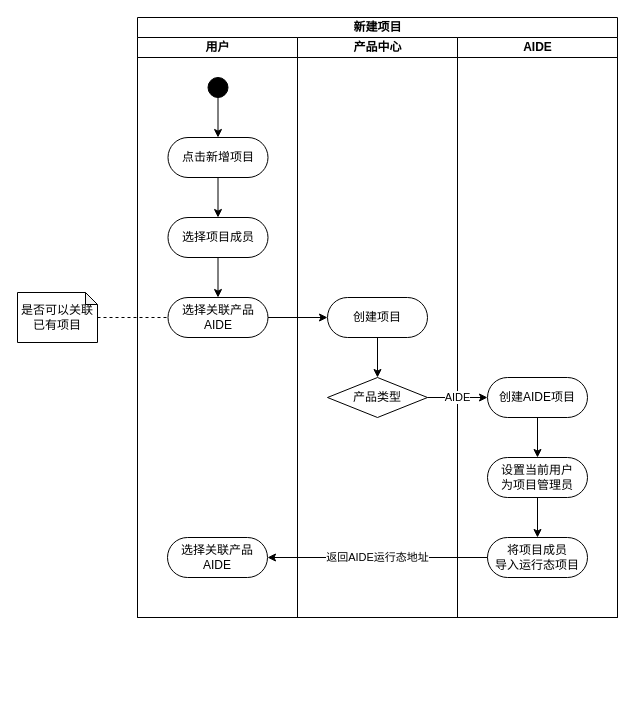
Earlier version of the draw.io diagram page "新建项目活动图" (3 of 3) of others/产品中心.drawio (Qunz/drawio). Source tidied: cells renumbered, new cells numbered last; positions are measured from the earlier drawing's top-left corner, leaving out a move shared by most shapes. Both pictures are drawn from the tidied source at 100%, with x=0, y=0 at pixel (17, 17).
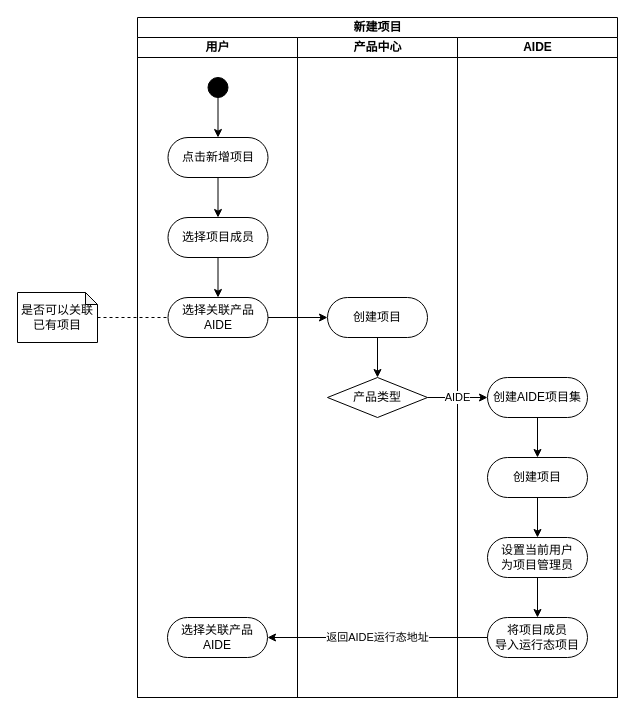
Above is the later version.

What changed in the source:
```diff
@@
     <mxCell id="2" value="新建项目" style="swimlane;startSize=20;html=1;" parent="1" vertex="1">
-      <mxGeometry x="120" width="480" height="600" as="geometry" />
+      <mxGeometry x="120" width="480" height="680" as="geometry" />
     </mxCell>
     <mxCell id="3" value="用户" style="swimlane;startSize=20;html=1;" parent="2" vertex="1">
-      <mxGeometry y="20" width="160" height="580" as="geometry" />
+      <mxGeometry y="20" width="160" height="660" as="geometry" />
     </mxCell>
@@
-    <mxCell id="11" value="选择关联产品&lt;div&gt;AIDE&lt;/div&gt;" style="rounded=1;whiteSpace=wrap;html=1;arcSize=50;" parent="3" vertex="1">
-      <mxGeometry x="30" y="500" width="100" height="40" as="geometry" />
-    </mxCell>
     <mxCell id="12" value="产品中心" style="swimlane;startSize=20;html=1;" parent="2" vertex="1">
-      <mxGeometry x="160" y="20" width="160" height="580" as="geometry" />
+      <mxGeometry x="160" y="20" width="160" height="660" as="geometry" />
     </mxCell>
@@
     <mxCell id="16" value="AIDE" style="swimlane;startSize=20;html=1;" parent="2" vertex="1">
-      <mxGeometry x="320" y="20" width="160" height="580" as="geometry" />
+      <mxGeometry x="320" y="20" width="160" height="660" as="geometry" />
     </mxCell>
-    <mxCell id="17" style="edgeStyle=orthogonalEdgeStyle;rounded=0;jettySize=auto;html=1;" parent="16" edge="1" source="18" target="19">
+    <mxCell id="17" style="edgeStyle=orthogonalEdgeStyle;rounded=0;jettySize=auto;html=1;" parent="16" edge="1" source="18" target="28">
       <mxGeometry relative="1" as="geometry" />
     </mxCell>
-    <mxCell id="18" value="创建AIDE项目" style="rounded=1;whiteSpace=wrap;html=1;arcSize=50;" parent="16" vertex="1">
+    <mxCell id="18" value="创建AIDE项目集" style="rounded=1;whiteSpace=wrap;html=1;arcSize=50;" parent="16" vertex="1">
       <mxGeometry x="30" y="340" width="100" height="40" as="geometry" />
     </mxCell>
+    <mxCell id="11" value="选择关联产品&lt;div&gt;AIDE&lt;/div&gt;" style="rounded=1;whiteSpace=wrap;html=1;arcSize=50;" parent="16" vertex="1">
+      <mxGeometry x="-290" y="580" width="100" height="40" as="geometry" />
+    </mxCell>
     <mxCell id="19" value="设置当前用户&lt;div&gt;为项目管理员&lt;/div&gt;" style="rounded=1;whiteSpace=wrap;html=1;arcSize=50;" parent="16" vertex="1">
-      <mxGeometry x="30" y="420" width="100" height="40" as="geometry" />
+      <mxGeometry x="30" y="500" width="100" height="40" as="geometry" />
     </mxCell>
     <mxCell id="20" value="将项目成员&lt;br&gt;导入运行态项目" style="rounded=1;whiteSpace=wrap;html=1;arcSize=50;" parent="16" vertex="1">
-      <mxGeometry x="30" y="500" width="100" height="40" as="geometry" />
+      <mxGeometry x="30" y="580" width="100" height="40" as="geometry" />
     </mxCell>
@@
+    <mxCell id="24" value="返回AIDE运行态地址" style="edgeStyle=orthogonalEdgeStyle;rounded=0;jettySize=auto;html=1;" parent="16" edge="1" source="20" target="11">
+      <mxGeometry relative="1" as="geometry" />
+    </mxCell>
+    <mxCell id="27" style="edgeStyle=orthogonalEdgeStyle;rounded=0;jettySize=auto;html=1;" parent="16" edge="1" source="28" target="19">
+      <mxGeometry relative="1" as="geometry" />
+    </mxCell>
+    <mxCell id="28" value="创建项目" style="rounded=1;whiteSpace=wrap;html=1;arcSize=50;" parent="16" vertex="1">
+      <mxGeometry x="30" y="420" width="100" height="40" as="geometry" />
+    </mxCell>
@@
-    <mxCell id="24" value="返回AIDE运行态地址" style="edgeStyle=orthogonalEdgeStyle;rounded=0;jettySize=auto;html=1;" parent="2" edge="1" source="20" target="11">
-      <mxGeometry relative="1" as="geometry" />
-    </mxCell>
```
